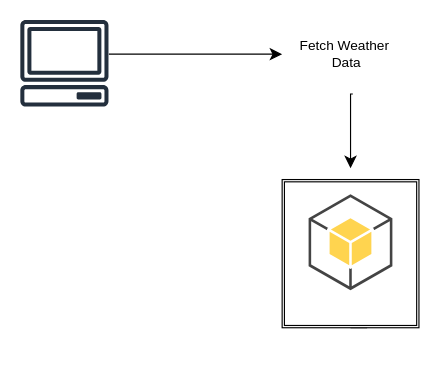
Above: Untitled Diagram.drawio in nikkadur/Day_1_Devops_Challenge (draw.io), before the change. Source tidied: cells renumbered, new cells numbered last; positions are measured from the earlier drawing's top-left corner, leaving out a move shared by most shapes. Both pictures are drawn from the tidied source at 114%, with x=0, y=0 at pixel (19, 19).
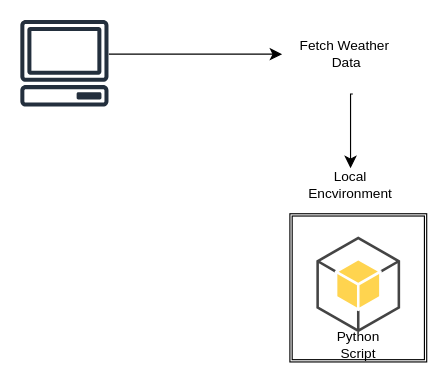
The same page after the edit.

Diff of the diagram source:
```diff
@@
 <mxGraphModel>
   <root>
     <mxCell id="0" />
     <mxCell id="1" parent="0" />
     <mxCell id="2" style="sketch=0;fontColor=#232F3E;gradientColor=none;fillColor=#232F3D;strokeColor=none;dashed=0;verticalLabelPosition=bottom;verticalAlign=top;align=center;html=1;fontSize=12;fontStyle=0;shape=mxgraph.aws4.client;" parent="1" vertex="1">
       <mxGeometry width="78" height="76" as="geometry" />
     </mxCell>
     <mxCell id="3" value="Fetch Weather&lt;div&gt;&lt;span style=&quot;background-color: transparent; color: light-dark(rgb(0, 0, 0), rgb(255, 255, 255));&quot;&gt;&amp;nbsp;Data&lt;/span&gt;&lt;/div&gt;" style="text;strokeColor=none;align=center;fillColor=none;html=1;verticalAlign=middle;whiteSpace=wrap;rounded=0;" parent="1" vertex="1">
       <mxGeometry x="230" width="110" height="60" as="geometry" />
     </mxCell>
     <mxCell id="4" style="edgeStyle=segmentEdgeStyle;endArrow=classic;html=1;curved=0;rounded=0;endSize=8;startSize=8;" parent="1" edge="1" target="3">
       <mxGeometry relative="1" as="geometry">
         <mxPoint x="78" y="30" as="sourcePoint" />
       </mxGeometry>
     </mxCell>
     <mxCell id="5" style="edgeStyle=segmentEdgeStyle;endArrow=classic;html=1;curved=0;rounded=0;endSize=8;startSize=8;" parent="1" edge="1">
       <mxGeometry relative="1" as="geometry">
         <mxPoint x="292" y="65" as="sourcePoint" />
         <mxPoint x="290" y="130" as="targetPoint" />
         <Array as="points">
           <mxPoint x="290" y="65" />
         </Array>
       </mxGeometry>
     </mxCell>
     <mxCell id="6" value="Text" style="edgeLabel;html=1;align=center;verticalAlign=middle;" parent="5" vertex="1">
       <mxGeometry x="-0.94" y="-3" relative="1" as="geometry">
         <mxPoint x="-7" y="185" as="offset" />
       </mxGeometry>
     </mxCell>
-    <mxCell id="7" style="edgeStyle=orthogonalEdgeStyle;rounded=0;jettySize=auto;html=1;exitX=0.5;exitY=1;exitDx=0;exitDy=0;" parent="1" edge="1" source="8">
-      <mxGeometry relative="1" as="geometry">
-        <mxPoint x="304" y="260" as="targetPoint" />
-      </mxGeometry>
-    </mxCell>
     <mxCell id="8" style="shape=ext;double=1;rounded=0;whiteSpace=wrap;html=1;" parent="1" vertex="1">
-      <mxGeometry x="230" y="140" width="120" height="130" as="geometry" />
+      <mxGeometry x="236.8" y="170" width="120" height="130" as="geometry" />
     </mxCell>
     <mxCell id="9" style="dashed=0;verticalLabelPosition=bottom;verticalAlign=top;align=center;html=1;shape=mxgraph.aws3.android;fillColor=#FFD44F;gradientColor=none;" parent="1" vertex="1">
-      <mxGeometry x="253.2" y="153" width="73.5" height="84" as="geometry" />
+      <mxGeometry x="260" y="190" width="73.5" height="84" as="geometry" />
     </mxCell>
+    <mxCell id="10" value="Python Script" style="text;strokeColor=none;align=center;fillColor=none;html=1;verticalAlign=middle;whiteSpace=wrap;rounded=0;" parent="1" vertex="1">
+      <mxGeometry x="266.8" y="270" width="60" height="30" as="geometry" />
+    </mxCell>
+    <mxCell id="11" value="Local Encvironment" style="text;strokeColor=none;align=center;fillColor=none;html=1;verticalAlign=middle;whiteSpace=wrap;rounded=0;" parent="1" vertex="1">
+      <mxGeometry x="260" y="130" width="60" height="30" as="geometry" />
+    </mxCell>
   </root>
 </mxGraphModel>
```
